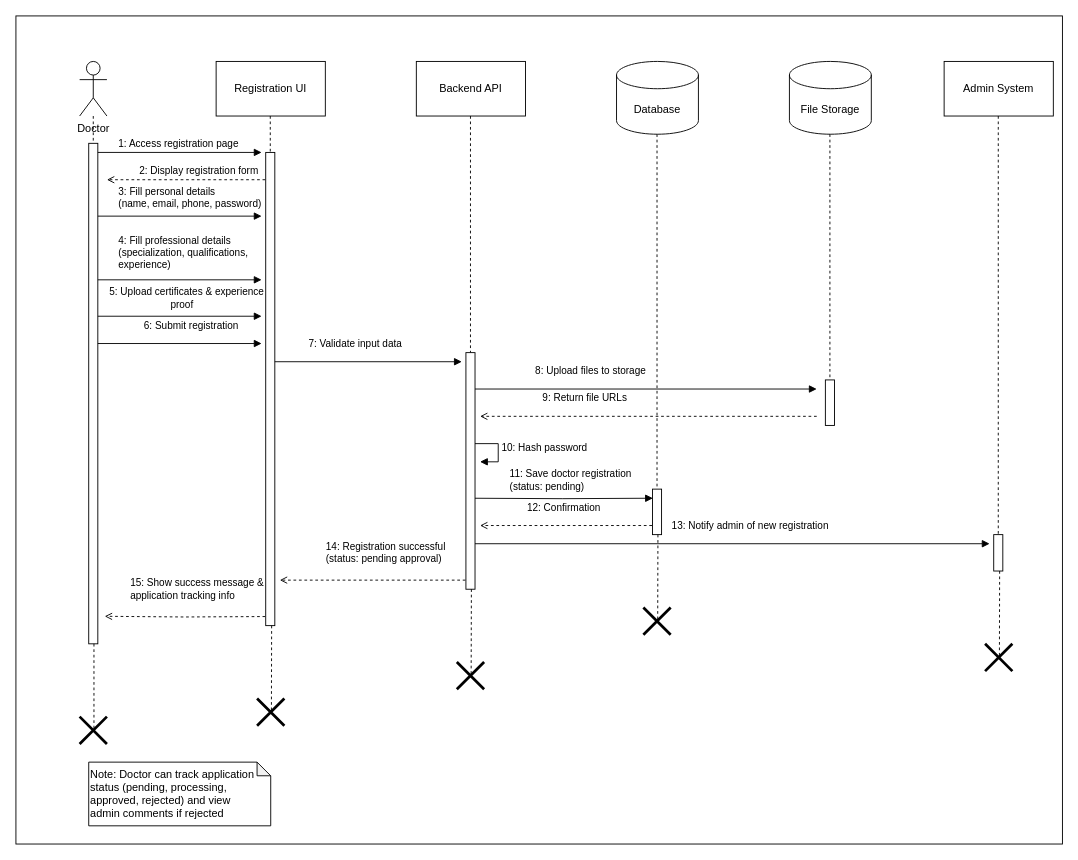
This is InProgress/Sequence Diagram/Doctor/Registration/Doctor-Registration.drawio from shah541-g/Fyp-Diagrams, a draw.io file, before an edit. Source tidied: cells renumbered, new cells numbered last; positions are measured from the earlier drawing's top-left corner, leaving out a move shared by most shapes. Both pictures are drawn from the tidied source at 91%, with x=0, y=0 at pixel (15, 15).
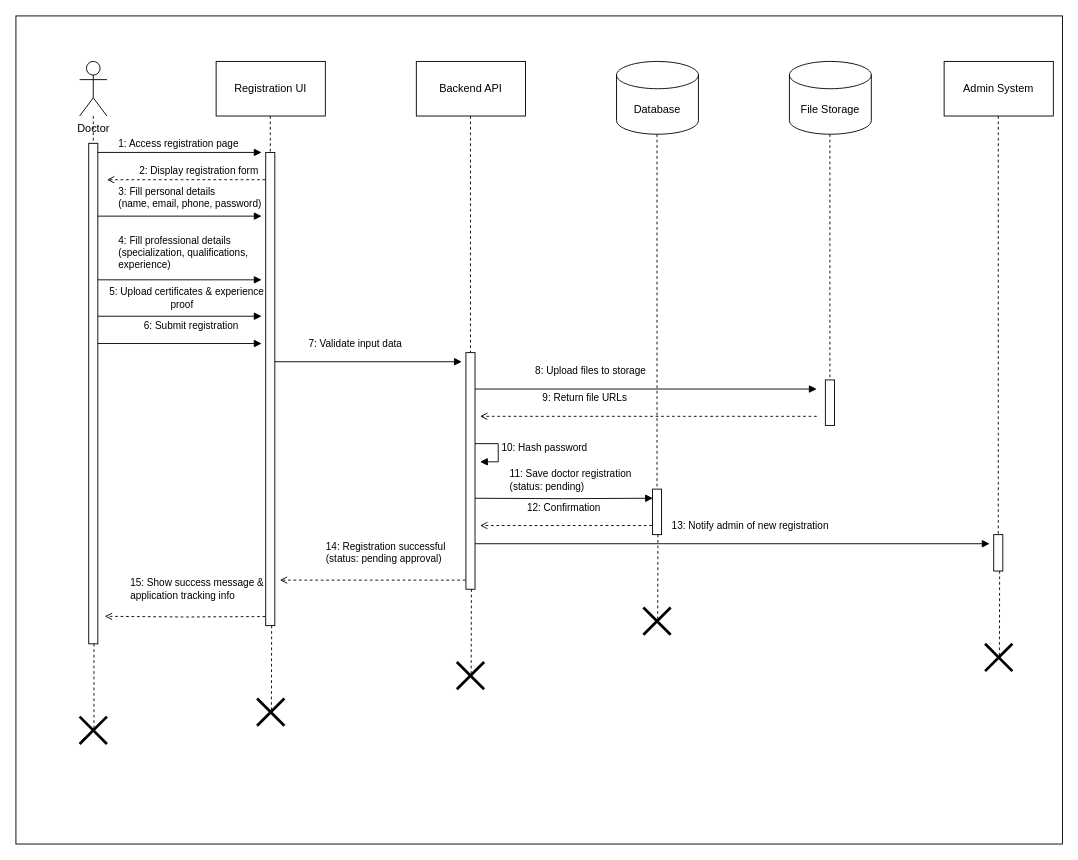
Above is the later version.

What changed in the source:
```diff
@@
-    <mxCell id="30" value="Note: Doctor can track application&#10;status (pending, processing,&#10;approved, rejected) and view&#10;admin comments if rejected" style="shape=note;whiteSpace=wrap;html=1;backgroundOutline=1;darkOpacity=0.05;align=left;verticalAlign=top;size=15;" parent="1" vertex="1">
-      <mxGeometry x="80" y="820" width="200" height="70" as="geometry" />
-    </mxCell>
```
